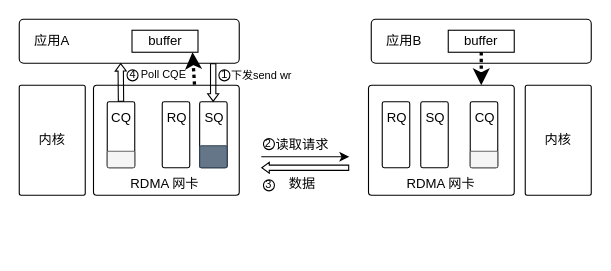
Before: Img/RDMA-Read通信流程图.drawio in segzix/jiajiaDissertation, a draw.io diagram. Source tidied: cells renumbered, new cells numbered last; positions are measured from the earlier drawing's top-left corner, leaving out a move shared by most shapes. Both pictures are drawn from the tidied source at 110%, with x=0, y=0 at pixel (19, 19).
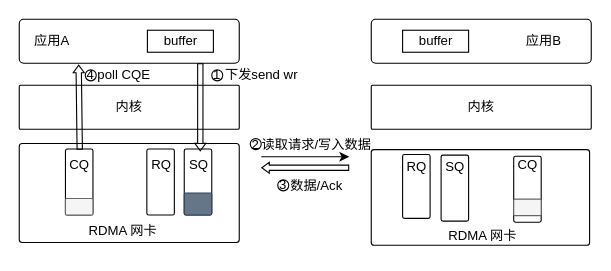
After the change.

Unchanged cells that the change refers to:
```xml
<mxCell id="3" style="rounded=1;whiteSpace=wrap;html=1;arcSize=10;" parent="1" vertex="1">
  <mxGeometry width="200" height="40" as="geometry" />
</mxCell>
```

What changed in the source:
```diff
@@
     <mxCell id="2" style="rounded=1;whiteSpace=wrap;html=1;arcSize=3;" parent="1" vertex="1">
-      <mxGeometry x="67.5" y="60" width="132.5" height="100" as="geometry" />
+      <mxGeometry y="113" width="200" height="90" as="geometry" />
     </mxCell>
@@
     <mxCell id="6" value="应用B" style="text;html=1;align=center;verticalAlign=middle;whiteSpace=wrap;rounded=0;" parent="1" vertex="1">
-      <mxGeometry x="320" y="5" width="60" height="30" as="geometry" />
+      <mxGeometry x="446.5" y="5" width="60" height="30" as="geometry" />
     </mxCell>
     <mxCell id="7" value="buffer" style="rounded=0;whiteSpace=wrap;html=1;" parent="1" vertex="1">
-      <mxGeometry x="102.5" y="10" width="60" height="20" as="geometry" />
+      <mxGeometry x="116.5" y="10" width="60" height="20" as="geometry" />
     </mxCell>
     <mxCell id="8" value="buffer" style="rounded=0;whiteSpace=wrap;html=1;" parent="1" vertex="1">
-      <mxGeometry x="390" y="10" width="60" height="20" as="geometry" />
+      <mxGeometry x="348.5" y="10" width="60" height="20" as="geometry" />
     </mxCell>
     <mxCell id="9" style="rounded=1;whiteSpace=wrap;html=1;arcSize=7;" parent="1" vertex="1">
-      <mxGeometry x="80" y="75" width="25" height="60" as="geometry" />
+      <mxGeometry x="42" y="118" width="25" height="60" as="geometry" />
     </mxCell>
     <mxCell id="10" style="rounded=1;whiteSpace=wrap;html=1;arcSize=7;" parent="1" vertex="1">
-      <mxGeometry x="130" y="75" width="25" height="60" as="geometry" />
+      <mxGeometry x="116" y="118" width="25" height="60" as="geometry" />
     </mxCell>
     <mxCell id="11" style="rounded=1;whiteSpace=wrap;html=1;arcSize=7;" parent="1" vertex="1">
-      <mxGeometry x="164" y="75" width="25" height="60" as="geometry" />
+      <mxGeometry x="150" y="118" width="25" height="60" as="geometry" />
     </mxCell>
     <mxCell id="12" value="内核" style="rounded=1;whiteSpace=wrap;html=1;arcSize=3;" parent="1" vertex="1">
-      <mxGeometry y="60" width="60" height="100" as="geometry" />
+      <mxGeometry y="60" width="200" height="40" as="geometry" />
     </mxCell>
     <mxCell id="13" value="内核" style="rounded=1;whiteSpace=wrap;html=1;arcSize=3;" parent="1" vertex="1">
-      <mxGeometry x="460" y="60" width="60" height="100" as="geometry" />
+      <mxGeometry x="320" y="60" width="200" height="40" as="geometry" />
     </mxCell>
     <mxCell id="14" style="rounded=1;whiteSpace=wrap;html=1;arcSize=3;" parent="1" vertex="1">
-      <mxGeometry x="317.5" y="60" width="132.5" height="100" as="geometry" />
+      <mxGeometry x="320" y="118.5" width="198.5" height="87" as="geometry" />
     </mxCell>
     <mxCell id="15" style="rounded=1;whiteSpace=wrap;html=1;arcSize=7;" parent="1" vertex="1">
-      <mxGeometry x="330" y="75" width="25" height="60" as="geometry" />
+      <mxGeometry x="348.5" y="123" width="25" height="58" as="geometry" />
     </mxCell>
     <mxCell id="16" style="rounded=1;whiteSpace=wrap;html=1;arcSize=7;" parent="1" vertex="1">
-      <mxGeometry x="365" y="75" width="25" height="60" as="geometry" />
+      <mxGeometry x="383.5" y="123.5" width="25" height="60" as="geometry" />
     </mxCell>
     <mxCell id="17" style="rounded=1;whiteSpace=wrap;html=1;arcSize=7;" parent="1" vertex="1">
-      <mxGeometry x="410" y="75" width="25" height="60" as="geometry" />
+      <mxGeometry x="449.5" y="124.5" width="25" height="60" as="geometry" />
     </mxCell>
     <mxCell id="18" value="RDMA 网卡" style="text;html=1;align=center;verticalAlign=middle;whiteSpace=wrap;rounded=0;" parent="1" vertex="1">
-      <mxGeometry x="95" y="135" width="75" height="30" as="geometry" />
+      <mxGeometry x="57" y="178" width="75" height="30" as="geometry" />
     </mxCell>
     <mxCell id="19" value="RDMA 网卡" style="text;html=1;align=center;verticalAlign=middle;whiteSpace=wrap;rounded=0;" parent="1" vertex="1">
-      <mxGeometry x="346.2" y="135" width="75" height="30" as="geometry" />
+      <mxGeometry x="381.4" y="183" width="81.2" height="28" as="geometry" />
     </mxCell>
     <mxCell id="20" style="rounded=1;whiteSpace=wrap;html=1;arcSize=7;fillColor=#f5f5f5;fontColor=#333333;strokeColor=#666666;" parent="1" vertex="1">
-      <mxGeometry x="80" y="120" width="25" height="15" as="geometry" />
+      <mxGeometry x="42" y="163" width="25" height="15" as="geometry" />
     </mxCell>
     <mxCell id="21" value="CQ" style="text;html=1;align=center;verticalAlign=middle;whiteSpace=wrap;rounded=0;" parent="1" vertex="1">
-      <mxGeometry x="62.5" y="75" width="60" height="30" as="geometry" />
+      <mxGeometry x="24.5" y="118" width="60" height="30" as="geometry" />
     </mxCell>
     <mxCell id="22" value="RQ" style="text;html=1;align=center;verticalAlign=middle;strokeColor=none;fillColor=none;" parent="1" vertex="1">
-      <mxGeometry x="122.5" y="75" width="40" height="30" as="geometry" />
+      <mxGeometry x="108.5" y="118" width="40" height="30" as="geometry" />
     </mxCell>
     <mxCell id="23" value="SQ" style="text;html=1;align=center;verticalAlign=middle;points=[];strokeColor=none;fillColor=none;" parent="1" vertex="1">
-      <mxGeometry x="156.5" y="75" width="40" height="30" as="geometry" />
+      <mxGeometry x="142.5" y="118" width="40" height="30" as="geometry" />
     </mxCell>
     <mxCell id="24" value="CQ" style="text;html=1;align=center;verticalAlign=middle;strokeColor=none;fillColor=none;" parent="1" vertex="1">
-      <mxGeometry x="402.5" y="75" width="40" height="30" as="geometry" />
+      <mxGeometry x="441.5" y="117.5" width="40" height="30" as="geometry" />
     </mxCell>
     <mxCell id="25" style="rounded=1;whiteSpace=wrap;html=1;arcSize=7;fillColor=#f5f5f5;fontColor=#333333;strokeColor=#666666;" parent="1" vertex="1">
-      <mxGeometry x="410" y="120" width="25" height="15" as="geometry" />
+      <mxGeometry x="449.5" y="163.5" width="25" height="15" as="geometry" />
     </mxCell>
     <mxCell id="26" value="RQ" style="text;html=1;align=center;verticalAlign=middle;strokeColor=none;fillColor=none;" parent="1" vertex="1">
-      <mxGeometry x="322.5" y="75" width="40" height="30" as="geometry" />
+      <mxGeometry x="341" y="118.5" width="40" height="30" as="geometry" />
     </mxCell>
     <mxCell id="27" value="SQ" style="text;html=1;align=center;verticalAlign=middle;strokeColor=none;fillColor=none;" parent="1" vertex="1">
-      <mxGeometry x="357.5" y="75" width="40" height="30" as="geometry" />
+      <mxGeometry x="376" y="118.5" width="40" height="30" as="geometry" />
     </mxCell>
-    <mxCell id="28" style="shape=flexArrow;endArrow=classic;html=1;rounded=0;endWidth=4.194444444444445;endSize=1.9333333333333333;width=4.833333333333333;entryX=0.461;entryY=0.995;entryDx=0;entryDy=0;entryPerimeter=0;exitX=0.5;exitY=0;exitDx=0;exitDy=0;" parent="1" edge="1" target="3">
-      <mxGeometry relative="1" as="geometry">
-        <mxPoint x="92.5" y="75" as="sourcePoint" />
-      </mxGeometry>
-    </mxCell>
-    <mxCell id="29" style="shape=flexArrow;endArrow=classic;html=1;rounded=0;endWidth=4.194444444444445;endSize=1.9333333333333333;width=4.833333333333333;" parent="1" edge="1">
-      <mxGeometry relative="1" as="geometry">
-        <mxPoint x="176.3" y="40" as="sourcePoint" />
-        <mxPoint x="176.3" y="75" as="targetPoint" />
-      </mxGeometry>
-    </mxCell>
     <mxCell id="30" style="rounded=1;whiteSpace=wrap;html=1;arcSize=7;fillColor=#647687;fontColor=#ffffff;strokeColor=#314354;" parent="1" vertex="1">
-      <mxGeometry x="164" y="115" width="25" height="20" as="geometry" />
+      <mxGeometry x="150" y="158" width="25" height="20" as="geometry" />
     </mxCell>
-    <mxCell id="31" value="读取请求" style="text;html=1;align=center;verticalAlign=middle;strokeColor=none;fillColor=none;" parent="1" vertex="1">
-      <mxGeometry x="222" y="98.5" width="70" height="30" as="geometry" />
+    <mxCell id="31" value="读取请求/写入数据" style="text;html=1;align=center;verticalAlign=middle;strokeColor=none;fillColor=none;" parent="1" vertex="1">
+      <mxGeometry x="210" y="98.5" width="120" height="30" as="geometry" />
     </mxCell>
-    <mxCell id="32" value="&lt;font style=&quot;font-size: 10px;&quot;&gt;下发send wr&lt;/font&gt;" style="text;html=1;align=center;verticalAlign=middle;strokeColor=none;fillColor=none;" parent="1" vertex="1">
-      <mxGeometry x="180" y="36" width="80" height="30" as="geometry" />
-    </mxCell>
-    <mxCell id="33" style="ellipse;whiteSpace=wrap;html=1;" parent="1" vertex="1">
-      <mxGeometry x="181.5" y="46" width="10" height="10" as="geometry" />
-    </mxCell>
-    <mxCell id="34" value="&lt;font style=&quot;font-size: 10px;&quot;&gt;1&lt;/font&gt;" style="text;html=1;align=center;verticalAlign=middle;whiteSpace=wrap;rounded=0;" parent="1" vertex="1">
-      <mxGeometry x="156.5" y="34.5" width="60" height="30" as="geometry" />
-    </mxCell>
-    <mxCell id="35" style="ellipse;whiteSpace=wrap;html=1;" parent="1" vertex="1">
-      <mxGeometry x="98" y="46" width="10" height="10" as="geometry" />
-    </mxCell>
-    <mxCell id="36" value="&lt;font style=&quot;font-size: 10px;&quot;&gt;Poll CQE&lt;/font&gt;" style="text;html=1;align=center;verticalAlign=middle;strokeColor=none;fillColor=none;" parent="1" vertex="1">
-      <mxGeometry x="101" y="34.5" width="60" height="30" as="geometry" />
-    </mxCell>
-    <mxCell id="37" value="&lt;font style=&quot;font-size: 10px;&quot;&gt;4&lt;/font&gt;" style="text;html=1;align=center;verticalAlign=middle;strokeColor=none;fillColor=none;" parent="1" vertex="1">
-      <mxGeometry x="88" y="35" width="30" height="30" as="geometry" />
-    </mxCell>
@@
-    <mxCell id="40" value="数据" style="text;html=1;align=center;verticalAlign=middle;strokeColor=none;fillColor=none;" parent="1" vertex="1">
-      <mxGeometry x="232" y="135" width="50" height="30" as="geometry" />
+    <mxCell id="40" value="数据/Ack" style="text;html=1;align=center;verticalAlign=middle;strokeColor=none;fillColor=none;" parent="1" vertex="1">
+      <mxGeometry x="235" y="137" width="70" height="30" as="geometry" />
     </mxCell>
-    <mxCell id="41" style="ellipse;whiteSpace=wrap;html=1;" parent="1" vertex="1">
-      <mxGeometry x="222" y="108.5" width="10" height="10" as="geometry" />
+    <mxCell id="41" value="2" style="ellipse;whiteSpace=wrap;html=1;" parent="1" vertex="1">
+      <mxGeometry x="210" y="108.5" width="10" height="10" as="geometry" />
     </mxCell>
-    <mxCell id="42" value="&lt;font style=&quot;font-size: 10px;&quot;&gt;2&lt;/font&gt;" style="text;html=1;align=center;verticalAlign=middle;strokeColor=none;fillColor=none;" parent="1" vertex="1">
-      <mxGeometry x="211.4" y="97.5" width="30" height="30" as="geometry" />
-    </mxCell>
-    <mxCell id="43" style="ellipse;whiteSpace=wrap;html=1;" parent="1" vertex="1">
-      <mxGeometry x="222" y="146" width="10" height="10" as="geometry" />
+    <mxCell id="43" value="3" style="ellipse;whiteSpace=wrap;html=1;" parent="1" vertex="1">
+      <mxGeometry x="235" y="146" width="10" height="10" as="geometry" />
     </mxCell>
-    <mxCell id="44" value="&lt;font style=&quot;font-size: 10px;&quot;&gt;3&lt;/font&gt;" style="text;html=1;align=center;verticalAlign=middle;whiteSpace=wrap;rounded=0;" parent="1" vertex="1">
-      <mxGeometry x="197" y="135" width="60" height="30" as="geometry" />
-    </mxCell>
-    <mxCell id="45" style="endArrow=classic;html=1;rounded=0;exitX=0.5;exitY=1;exitDx=0;exitDy=0;dashed=1;strokeWidth=3;dashPattern=1 1;" parent="1" edge="1" source="8">
-      <mxGeometry relative="1" as="geometry">
-        <mxPoint x="420" y="60" as="targetPoint" />
-        <Array as="points">
-          <mxPoint x="420" y="50" />
-        </Array>
-      </mxGeometry>
-    </mxCell>
-    <mxCell id="46" style="endArrow=classic;html=1;rounded=0;dashed=1;strokeWidth=3;dashPattern=1 1;entryX=0.5;entryY=1;entryDx=0;entryDy=0;exitX=0.555;exitY=0.83;exitDx=0;exitDy=0;exitPerimeter=0;" parent="1" edge="1">
-      <mxGeometry relative="1" as="geometry">
-        <mxPoint x="159.3" y="59.4" as="sourcePoint" />
-        <mxPoint x="157.5" y="30" as="targetPoint" />
-      </mxGeometry>
-    </mxCell>
+    <mxCell id="47" style="shape=flexArrow;endArrow=classic;html=1;rounded=0;endWidth=4.194444444444445;endSize=1.9333333333333333;width=4.833333333333333;entryX=0.63;entryY=1.067;entryDx=0;entryDy=0;entryPerimeter=0;" parent="1" edge="1">
+      <mxGeometry relative="1" as="geometry">
+        <mxPoint x="55" y="118.7" as="sourcePoint" />
+        <mxPoint x="54" y="41.3" as="targetPoint" />
+      </mxGeometry>
+    </mxCell>
+    <mxCell id="48" value="poll CQE" style="text;html=1;align=center;verticalAlign=middle;strokeColor=none;fillColor=none;" parent="1" vertex="1">
+      <mxGeometry x="60" y="36" width="70" height="30" as="geometry" />
+    </mxCell>
+    <mxCell id="37" value="4" style="ellipse;whiteSpace=wrap;html=1;" parent="1" vertex="1">
+      <mxGeometry x="60" y="46" width="10" height="10" as="geometry" />
+    </mxCell>
+    <mxCell id="49" style="shape=flexArrow;endArrow=classic;html=1;rounded=0;endWidth=4.194444444444445;endSize=1.9333333333333333;width=4.833333333333333;entryX=0.552;entryY=0.067;entryDx=0;entryDy=0;entryPerimeter=0;exitX=0.823;exitY=1;exitDx=0;exitDy=0;exitPerimeter=0;" parent="1" edge="1" source="3" target="23">
+      <mxGeometry relative="1" as="geometry" />
+    </mxCell>
+    <mxCell id="32" value="下发send wr" style="text;html=1;align=center;verticalAlign=middle;strokeColor=none;fillColor=none;" parent="1" vertex="1">
+      <mxGeometry x="175" y="36" width="90" height="30" as="geometry" />
+    </mxCell>
+    <mxCell id="34" value="1" style="ellipse;whiteSpace=wrap;html=1;" parent="1" vertex="1">
+      <mxGeometry x="175" y="46" width="10" height="10" as="geometry" />
+    </mxCell>
```
